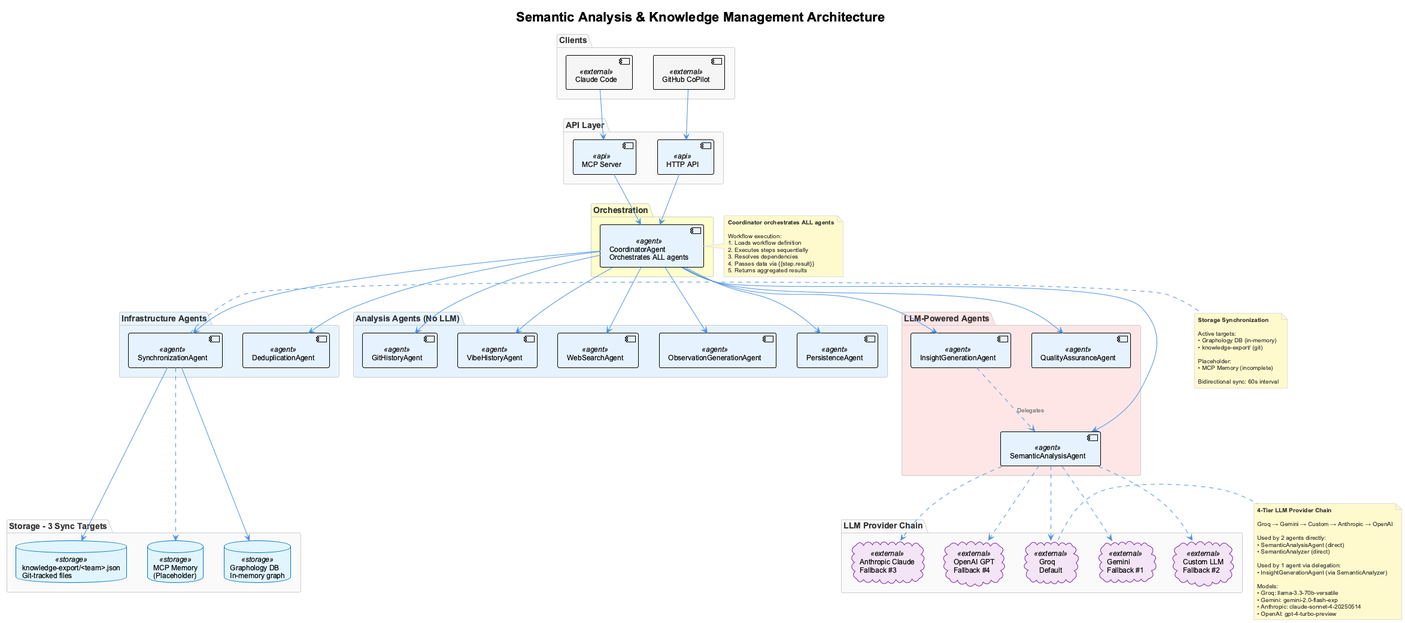
The PlantUML diagram docs/images/unified-semantic-architecture.png in fwornle/coding, before a commit.
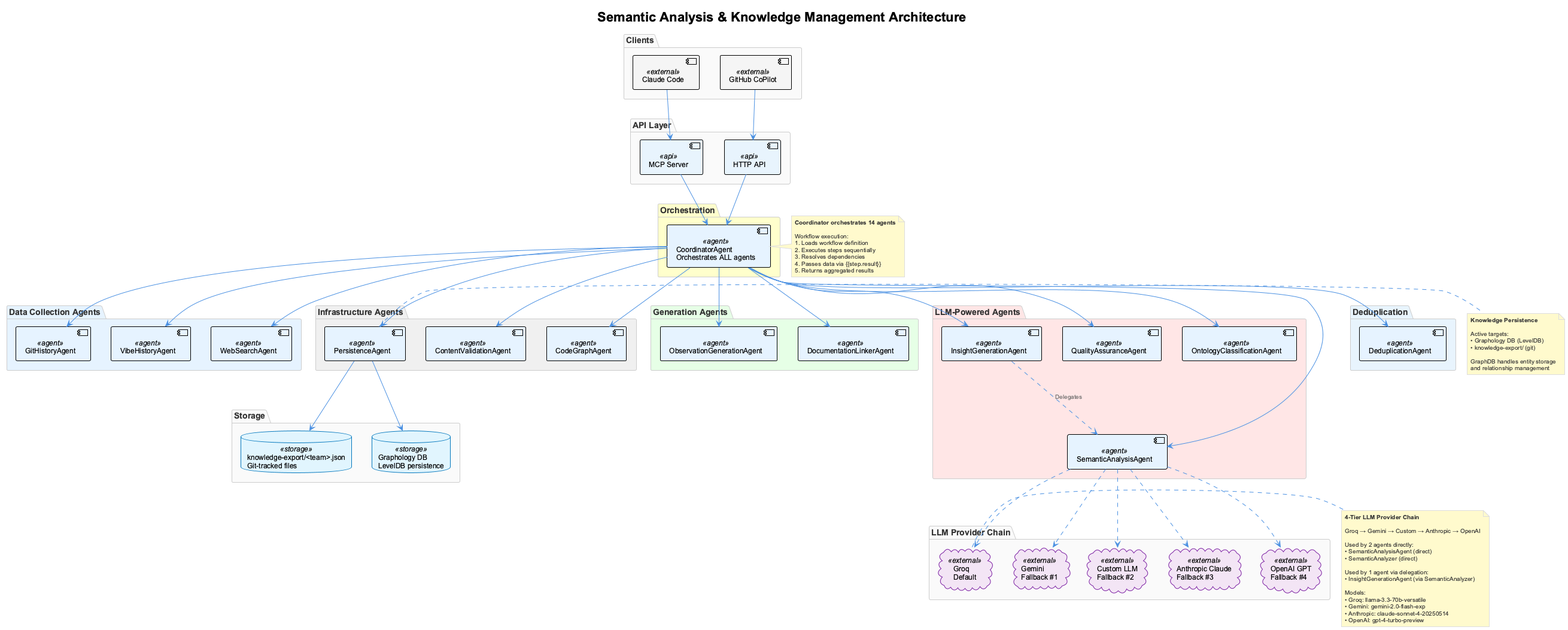
The same diagram one commit later.

Diff of the diagram source:
```diff
@@ -19,29 +19,37 @@
   [CoordinatorAgent\nOrchestrates ALL agents] <<agent>> as coord
 }
 
-package "Analysis Agents (No LLM)" #E6F3FF {
+package "Data Collection Agents" #E6F3FF {
   [GitHistoryAgent] <<agent>> as git
   [VibeHistoryAgent] <<agent>> as vibe
   [WebSearchAgent] <<agent>> as web
+}
+
+package "Generation Agents" #E6FFE6 {
   [ObservationGenerationAgent] <<agent>> as obs
+  [DocumentationLinkerAgent] <<agent>> as doclink
+}
+
+package "Infrastructure Agents" #F0F0F0 {
   [PersistenceAgent] <<agent>> as per
+  [ContentValidationAgent] <<agent>> as content
+  [CodeGraphAgent] <<agent>> as codegraph
 }
 
 package "LLM-Powered Agents" #FFE6E6 {
   [SemanticAnalysisAgent] <<agent>> as sem
   [InsightGenerationAgent] <<agent>> as ins
   [QualityAssuranceAgent] <<agent>> as qa
+  [OntologyClassificationAgent] <<agent>> as ontology
 }
 
-package "Infrastructure Agents" #E8F4FD {
-  [SynchronizationAgent] <<agent>> as sync
+package "Deduplication" #E8F4FD {
   [DeduplicationAgent] <<agent>> as dedup
 }
 
-package "Storage - 3 Sync Targets" {
-  database "Graphology DB\nIn-memory graph" <<storage>> as graphdb
+package "Storage" {
+  database "Graphology DB\nLevelDB persistence" <<storage>> as graphdb
   database "knowledge-export/<team>.json\nGit-tracked files" <<storage>> as files
-  database "MCP Memory\n(Placeholder)" <<storage>> as mcpmem
 }
 
 package "LLM Provider Chain" {
@@ -66,8 +74,11 @@
 coord -down-> obs
 coord -down-> qa
 coord -down-> per
-coord -down-> sync
 coord -down-> dedup
+coord -down-> ontology
+coord -down-> content
+coord -down-> codegraph
+coord -down-> doclink
 
 sem ..> groq
 sem ..> gemini
@@ -76,12 +87,11 @@
 sem ..> openai
 ins ..> sem : "Delegates"
 
-sync -down-> graphdb
-sync -down-> files
-sync -.-> mcpmem
+per -down-> graphdb
+per -down-> files
 
 note right of coord
-  **Coordinator orchestrates ALL agents**
+  **Coordinator orchestrates 14 agents**
 
   Workflow execution:
   1. Loads workflow definition
@@ -91,17 +101,15 @@
   5. Returns aggregated results
 end note
 
-note right of sync
-  **Storage Synchronization**
+note right of per
+  **Knowledge Persistence**
 
   Active targets:
-  • Graphology DB (in-memory)
+  • Graphology DB (LevelDB)
   • knowledge-export/ (git)
 
-  Placeholder:
-  • MCP Memory (incomplete)
-
-  Bidirectional sync: 60s interval
+  GraphDB handles entity storage
+  and relationship management
 end note
 
 note right of groq
```
